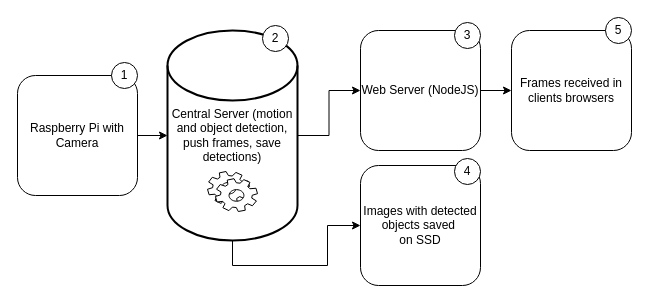
Alchemication/cvdl-for-home keeps this draw.io diagram as Resources/drawings/system-diagram-1.dio. Above is the earlier version. Source tidied: cells renumbered, new cells numbered last; positions are measured from the earlier drawing's top-left corner, leaving out a move shared by most shapes. Both pictures are drawn from the tidied source at 100%, with x=0, y=0 at pixel (17, 17).
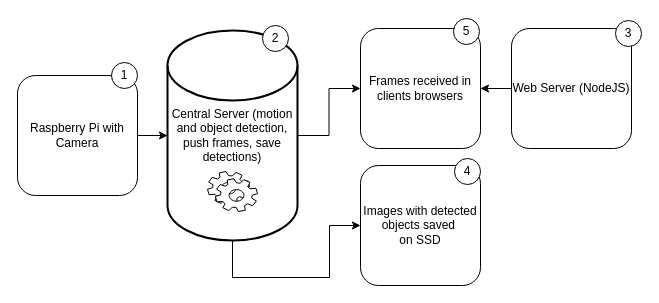
The same diagram, later.

Change to the diagram source:
```diff
@@
 <mxGraphModel background="#ffffff">
   <root>
     <mxCell id="0" />
     <mxCell id="1" parent="0" />
     <mxCell id="2" style="edgeStyle=orthogonalEdgeStyle;rounded=0;html=1;jettySize=auto;" parent="1" edge="1" source="3" target="6">
       <mxGeometry relative="1" as="geometry" />
     </mxCell>
     <mxCell id="3" value="Raspberry Pi with Camera" style="whiteSpace=wrap;html=1;rounded=1;gradientColor=none;" parent="1" vertex="1">
       <mxGeometry y="58" width="120" height="120" as="geometry" />
     </mxCell>
-    <mxCell id="4" style="edgeStyle=orthogonalEdgeStyle;rounded=0;html=1;jettySize=auto;" parent="1" edge="1" source="6" target="11">
-      <mxGeometry relative="1" as="geometry" />
-    </mxCell>
+    <mxCell id="17" style="edgeStyle=orthogonalEdgeStyle;rounded=0;html=1;jettySize=auto;" parent="1" edge="1" source="6" target="8">
+      <mxGeometry relative="1" as="geometry" />
+    </mxCell>
-    <mxCell id="5" style="edgeStyle=orthogonalEdgeStyle;rounded=0;html=1;jettySize=auto;" parent="1" edge="1" source="6" target="9">
+    <mxCell id="5" style="edgeStyle=orthogonalEdgeStyle;rounded=0;html=1;jettySize=auto;entryX=0;entryY=0.5;" parent="1" edge="1" source="6" target="9">
       <mxGeometry relative="1" as="geometry">
         <Array as="points">
-          <mxPoint x="215" y="248" />
-          <mxPoint x="310" y="248" />
-          <mxPoint x="310" y="208" />
+          <mxPoint x="215" y="260" />
+          <mxPoint x="312" y="260" />
+          <mxPoint x="312" y="208" />
         </Array>
       </mxGeometry>
     </mxCell>
     <mxCell id="6" value="Central Server (motion and object detection, push frames, save detections)" style="shape=mxgraph.flowchart.database;whiteSpace=wrap;html=1;fillColor=#ffffff;strokeColor=#000000;strokeWidth=2;rounded=1;" parent="1" vertex="1">
       <mxGeometry x="150" y="13" width="130" height="210" as="geometry" />
     </mxCell>
     <mxCell id="7" style="shape=mxgraph.bpmn.service_task;html=1;rounded=1;gradientColor=none;" parent="1" vertex="1">
       <mxGeometry x="190" y="154" width="50" height="40" as="geometry" />
     </mxCell>
     <mxCell id="8" value="Frames received in clients browsers" style="whiteSpace=wrap;html=1;rounded=1;gradientColor=none;" parent="1" vertex="1">
-      <mxGeometry x="494" y="13" width="120" height="120" as="geometry" />
+      <mxGeometry x="343" y="11" width="120" height="120" as="geometry" />
     </mxCell>
     <mxCell id="9" value="Images with detected objects saved&amp;nbsp;&lt;div&gt;on SSD&lt;/div&gt;" style="whiteSpace=wrap;html=1;rounded=1;gradientColor=none;" parent="1" vertex="1">
       <mxGeometry x="343" y="148" width="120" height="120" as="geometry" />
     </mxCell>
-    <mxCell id="10" style="edgeStyle=orthogonalEdgeStyle;rounded=0;html=1;entryX=0;entryY=0.5;jettySize=auto;" parent="1" edge="1" source="11" target="8">
+    <mxCell id="10" style="edgeStyle=orthogonalEdgeStyle;rounded=0;html=1;entryX=1;entryY=0.5;jettySize=auto;" parent="1" edge="1" source="11" target="8">
       <mxGeometry relative="1" as="geometry" />
     </mxCell>
     <mxCell id="11" value="Web Server (NodeJS)" style="whiteSpace=wrap;html=1;rounded=1;gradientColor=none;" parent="1" vertex="1">
-      <mxGeometry x="343" y="13" width="120" height="120" as="geometry" />
+      <mxGeometry x="494" y="11" width="120" height="120" as="geometry" />
     </mxCell>
     <mxCell id="12" value="1" style="ellipse;whiteSpace=wrap;html=1;" parent="1" vertex="1">
       <mxGeometry x="94" y="45" width="26" height="26" as="geometry" />
     </mxCell>
     <mxCell id="13" value="2" style="ellipse;whiteSpace=wrap;html=1;" parent="1" vertex="1">
       <mxGeometry x="245" y="8" width="26" height="26" as="geometry" />
     </mxCell>
     <mxCell id="14" value="3" style="ellipse;whiteSpace=wrap;html=1;" parent="1" vertex="1">
-      <mxGeometry x="437" y="5" width="26" height="26" as="geometry" />
+      <mxGeometry x="598" y="3" width="26" height="26" as="geometry" />
     </mxCell>
     <mxCell id="15" value="4" style="ellipse;whiteSpace=wrap;html=1;" parent="1" vertex="1">
       <mxGeometry x="437" y="141" width="26" height="26" as="geometry" />
     </mxCell>
     <mxCell id="16" value="5" style="ellipse;whiteSpace=wrap;html=1;" parent="1" vertex="1">
-      <mxGeometry x="588" width="26" height="26" as="geometry" />
+      <mxGeometry x="436" y="1" width="26" height="26" as="geometry" />
     </mxCell>
   </root>
 </mxGraphModel>
```
